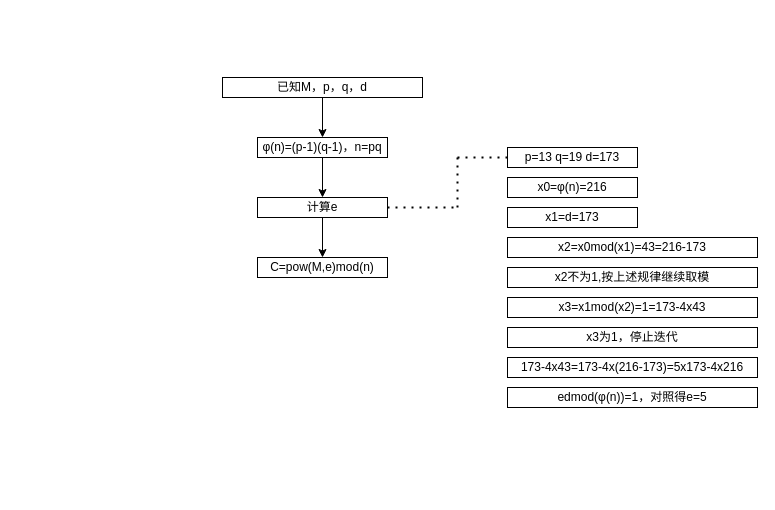
Before: LessonUML/RSA.drawio in WFTGF2024/UML, a draw.io diagram. Source tidied: cells renumbered, new cells numbered last; positions are measured from the earlier drawing's top-left corner, leaving out a move shared by most shapes. Both pictures are drawn from the tidied source at 100%, with x=0, y=0 at pixel (222, 77).
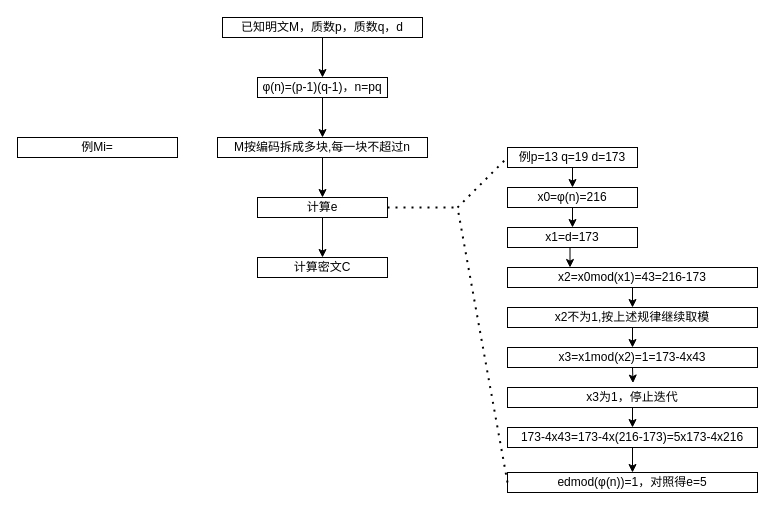
The same diagram, later.

Unchanged cells that the change refers to:
```xml
<mxCell id="7" value="计算e" style="rounded=0;whiteSpace=wrap;html=1;" parent="1" vertex="1">
  <mxGeometry x="35" y="120" width="130" height="20" as="geometry" />
</mxCell>
```

Change to the diagram source:
```diff
@@
-    <mxCell id="3" value="已知M，p，q，d" style="rounded=0;whiteSpace=wrap;html=1;" parent="1" vertex="1">
-      <mxGeometry width="200" height="20" as="geometry" />
+    <mxCell id="3" value="已知明文M，质数p，质数q，d" style="rounded=0;whiteSpace=wrap;html=1;" parent="1" vertex="1">
+      <mxGeometry y="-60" width="200" height="20" as="geometry" />
     </mxCell>
-    <mxCell id="4" style="edgeStyle=orthogonalEdgeStyle;rounded=0;jettySize=auto;html=1;exitX=0.5;exitY=1;exitDx=0;exitDy=0;entryX=0.5;entryY=0;entryDx=0;entryDy=0;" parent="1" edge="1" source="5" target="7">
-      <mxGeometry relative="1" as="geometry" />
-    </mxCell>
+    <mxCell id="21" style="edgeStyle=orthogonalEdgeStyle;rounded=0;jettySize=auto;html=1;exitX=0.5;exitY=1;exitDx=0;exitDy=0;entryX=0.5;entryY=0;entryDx=0;entryDy=0;" parent="1" edge="1" source="5" target="33">
+      <mxGeometry relative="1" as="geometry" />
+    </mxCell>
     <mxCell id="5" value="φ(n)=(p-1)(q-1)，n=pq" style="rounded=0;whiteSpace=wrap;html=1;" parent="1" vertex="1">
-      <mxGeometry x="35" y="60" width="130" height="20" as="geometry" />
+      <mxGeometry x="35" width="130" height="20" as="geometry" />
     </mxCell>
@@
-    <mxCell id="8" value="C=pow(M,e)mod(n)" style="rounded=0;whiteSpace=wrap;html=1;" parent="1" vertex="1">
+    <mxCell id="8" value="计算密文C" style="rounded=0;whiteSpace=wrap;html=1;" parent="1" vertex="1">
       <mxGeometry x="35" y="180" width="130" height="20" as="geometry" />
     </mxCell>
-    <mxCell id="9" value="p=13 q=19 d=173" style="rounded=0;whiteSpace=wrap;html=1;" parent="1" vertex="1">
+    <mxCell id="9" value="例p=13 q=19 d=173" style="rounded=0;whiteSpace=wrap;html=1;" parent="1" vertex="1">
       <mxGeometry x="285" y="70" width="130" height="20" as="geometry" />
     </mxCell>
@@
-    <mxCell id="11" style="endArrow=none;dashed=1;html=1;dashPattern=1 3;strokeWidth=2;rounded=0;entryX=0;entryY=0.5;entryDx=0;entryDy=0;" parent="1" edge="1" target="9">
-      <mxGeometry relative="1" as="geometry">
-        <mxPoint x="235" y="80" as="sourcePoint" />
-      </mxGeometry>
-    </mxCell>
-    <mxCell id="12" style="endArrow=none;dashed=1;html=1;dashPattern=1 3;strokeWidth=2;rounded=0;" parent="1" edge="1">
+    <mxCell id="12" style="endArrow=none;dashed=1;html=1;dashPattern=1 3;strokeWidth=2;rounded=0;entryX=0;entryY=0.5;entryDx=0;entryDy=0;" parent="1" edge="1" target="9">
       <mxGeometry relative="1" as="geometry">
         <mxPoint x="235" y="130" as="sourcePoint" />
-        <mxPoint x="235" y="80" as="targetPoint" />
       </mxGeometry>
     </mxCell>
+    <mxCell id="22" style="edgeStyle=orthogonalEdgeStyle;rounded=0;jettySize=auto;html=1;exitX=0.5;exitY=1;exitDx=0;exitDy=0;entryX=0.5;entryY=0;entryDx=0;entryDy=0;" parent="1" edge="1" source="13" target="14">
+      <mxGeometry relative="1" as="geometry" />
+    </mxCell>
     <mxCell id="13" value="x0=φ(n)=216" style="rounded=0;whiteSpace=wrap;html=1;" parent="1" vertex="1">
-      <mxGeometry x="285" y="100" width="130" height="20" as="geometry" />
+      <mxGeometry x="285" y="110" width="130" height="20" as="geometry" />
     </mxCell>
+    <mxCell id="23" style="edgeStyle=orthogonalEdgeStyle;rounded=0;jettySize=auto;html=1;exitX=0.5;exitY=1;exitDx=0;exitDy=0;entryX=0.25;entryY=0;entryDx=0;entryDy=0;" parent="1" edge="1" source="14" target="15">
+      <mxGeometry relative="1" as="geometry" />
+    </mxCell>
     <mxCell id="14" value="x1=d=173" style="rounded=0;whiteSpace=wrap;html=1;" parent="1" vertex="1">
-      <mxGeometry x="285" y="130" width="130" height="20" as="geometry" />
+      <mxGeometry x="285" y="150" width="130" height="20" as="geometry" />
     </mxCell>
+    <mxCell id="24" style="edgeStyle=orthogonalEdgeStyle;rounded=0;jettySize=auto;html=1;exitX=0.5;exitY=1;exitDx=0;exitDy=0;entryX=0.5;entryY=0;entryDx=0;entryDy=0;" parent="1" edge="1" source="15" target="17">
+      <mxGeometry relative="1" as="geometry" />
+    </mxCell>
     <mxCell id="15" value="x2=x0mod(x1)=43=216-173" style="rounded=0;whiteSpace=wrap;html=1;" parent="1" vertex="1">
-      <mxGeometry x="285" y="160" width="250" height="20" as="geometry" />
+      <mxGeometry x="285" y="190" width="250" height="20" as="geometry" />
     </mxCell>
     <mxCell id="16" value="x3=x1mod(x2)=1=173-4x43" style="rounded=0;whiteSpace=wrap;html=1;" parent="1" vertex="1">
-      <mxGeometry x="285" y="220" width="250" height="20" as="geometry" />
+      <mxGeometry x="285" y="270" width="250" height="20" as="geometry" />
     </mxCell>
+    <mxCell id="25" style="edgeStyle=orthogonalEdgeStyle;rounded=0;jettySize=auto;html=1;exitX=0.5;exitY=1;exitDx=0;exitDy=0;entryX=0.5;entryY=0;entryDx=0;entryDy=0;" parent="1" edge="1" source="17" target="16">
+      <mxGeometry relative="1" as="geometry" />
+    </mxCell>
     <mxCell id="17" value="x2不为1,按上述规律继续取模" style="rounded=0;whiteSpace=wrap;html=1;" parent="1" vertex="1">
-      <mxGeometry x="285" y="190" width="250" height="20" as="geometry" />
+      <mxGeometry x="285" y="230" width="250" height="20" as="geometry" />
     </mxCell>
+    <mxCell id="26" style="edgeStyle=orthogonalEdgeStyle;rounded=0;jettySize=auto;html=1;exitX=0.5;exitY=1;exitDx=0;exitDy=0;entryX=0.5;entryY=0;entryDx=0;entryDy=0;" parent="1" edge="1" source="18" target="19">
+      <mxGeometry relative="1" as="geometry" />
+    </mxCell>
     <mxCell id="18" value="x3为1，停止迭代" style="rounded=0;whiteSpace=wrap;html=1;" parent="1" vertex="1">
-      <mxGeometry x="285" y="250" width="250" height="20" as="geometry" />
+      <mxGeometry x="285" y="310" width="250" height="20" as="geometry" />
     </mxCell>
+    <mxCell id="27" style="edgeStyle=orthogonalEdgeStyle;rounded=0;jettySize=auto;html=1;exitX=0.5;exitY=1;exitDx=0;exitDy=0;entryX=0.5;entryY=0;entryDx=0;entryDy=0;" parent="1" edge="1" source="19" target="20">
+      <mxGeometry relative="1" as="geometry" />
+    </mxCell>
     <mxCell id="19" value="173-4x43=173-4x(216-173)=5x173-4x216" style="rounded=0;whiteSpace=wrap;html=1;" parent="1" vertex="1">
-      <mxGeometry x="285" y="280" width="250" height="20" as="geometry" />
+      <mxGeometry x="285" y="350" width="250" height="20" as="geometry" />
     </mxCell>
     <mxCell id="20" value="edmod(φ(n))=1，对照得e=5" style="rounded=0;whiteSpace=wrap;html=1;" parent="1" vertex="1">
-      <mxGeometry x="285" y="310" width="250" height="20" as="geometry" />
+      <mxGeometry x="285" y="395" width="250" height="20" as="geometry" />
     </mxCell>
+    <mxCell id="28" style="edgeStyle=orthogonalEdgeStyle;rounded=0;jettySize=auto;html=1;exitX=0.5;exitY=1;exitDx=0;exitDy=0;entryX=0.5;entryY=0;entryDx=0;entryDy=0;" parent="1" edge="1" source="9" target="13">
+      <mxGeometry relative="1" as="geometry" />
+    </mxCell>
+    <mxCell id="29" style="edgeStyle=orthogonalEdgeStyle;rounded=0;jettySize=auto;html=1;exitX=0.5;exitY=1;exitDx=0;exitDy=0;entryX=0.502;entryY=-0.22;entryDx=0;entryDy=0;entryPerimeter=0;" parent="1" edge="1" source="16" target="18">
+      <mxGeometry relative="1" as="geometry" />
+    </mxCell>
+    <mxCell id="30" style="endArrow=none;dashed=1;html=1;dashPattern=1 3;strokeWidth=2;rounded=0;exitX=0;exitY=0.5;exitDx=0;exitDy=0;" parent="1" edge="1" source="20">
+      <mxGeometry relative="1" as="geometry">
+        <mxPoint x="235" y="130" as="targetPoint" />
+      </mxGeometry>
+    </mxCell>
+    <mxCell id="31" value="例Mi=" style="rounded=0;whiteSpace=wrap;html=1;" parent="1" vertex="1">
+      <mxGeometry x="-205" y="60" width="160" height="20" as="geometry" />
+    </mxCell>
+    <mxCell id="32" style="edgeStyle=orthogonalEdgeStyle;rounded=0;jettySize=auto;html=1;exitX=0.5;exitY=1;exitDx=0;exitDy=0;entryX=0.5;entryY=0;entryDx=0;entryDy=0;" parent="1" edge="1" source="33" target="7">
+      <mxGeometry relative="1" as="geometry" />
+    </mxCell>
+    <mxCell id="33" value="M按编码拆成多块,每一块不超过n" style="rounded=0;whiteSpace=wrap;html=1;" parent="1" vertex="1">
+      <mxGeometry x="-5" y="60" width="210" height="20" as="geometry" />
+    </mxCell>
```
